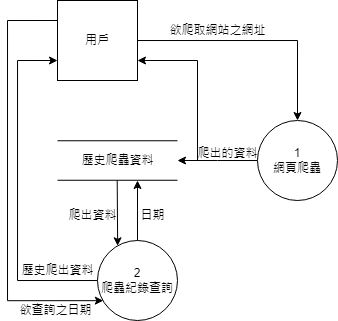
The draw.io diagram 手冊圖片/DFD/Diagram 0.png in chunghaonien/topic_108, before a commit. Source tidied: cells renumbered, new cells last; positions are measured from the earlier drawing's top-left corner, leaving out a move shared by most shapes. Its diagram source:
```xml
<mxGraphModel>
  <root>
    <mxCell id="0" />
    <mxCell id="1" parent="0" />
    <mxCell id="2" style="edgeStyle=orthogonalEdgeStyle;rounded=0;jettySize=auto;html=1;entryX=0.5;entryY=0;entryDx=0;entryDy=0;" parent="1" edge="1" source="6" target="8">
      <mxGeometry relative="1" as="geometry" />
    </mxCell>
    <mxCell id="3" value="欲爬取網站之網址" style="edgeLabel;html=1;align=center;verticalAlign=middle;" parent="2" vertex="1">
      <mxGeometry x="-0.21" y="1" relative="1" as="geometry">
        <mxPoint x="-15" y="-9" as="offset" />
      </mxGeometry>
    </mxCell>
    <mxCell id="4" style="edgeStyle=orthogonalEdgeStyle;rounded=0;jettySize=auto;html=1;exitX=0;exitY=0.25;exitDx=0;exitDy=0;entryX=0.073;entryY=0.752;entryDx=0;entryDy=0;entryPerimeter=0;" parent="1" edge="1" source="6" target="20">
      <mxGeometry relative="1" as="geometry">
        <Array as="points">
          <mxPoint y="20" />
          <mxPoint y="300" />
        </Array>
      </mxGeometry>
    </mxCell>
    <mxCell id="5" value="欲查詢之日期" style="edgeLabel;html=1;align=center;verticalAlign=middle;" parent="4" vertex="1">
      <mxGeometry x="0.7" relative="1" as="geometry">
        <mxPoint x="16" y="10" as="offset" />
      </mxGeometry>
    </mxCell>
    <mxCell id="6" value="用戶" style="whiteSpace=wrap;html=1;" parent="1" vertex="1">
      <mxGeometry x="50" width="80" height="80" as="geometry" />
    </mxCell>
    <mxCell id="7" style="edgeStyle=orthogonalEdgeStyle;rounded=0;jettySize=auto;html=1;" parent="1" edge="1" source="8">
      <mxGeometry relative="1" as="geometry">
        <mxPoint x="170" y="160" as="targetPoint" />
        <Array as="points">
          <mxPoint x="210" y="160" />
          <mxPoint x="210" y="160" />
        </Array>
      </mxGeometry>
    </mxCell>
    <mxCell id="8" value="1&lt;br&gt;網頁爬蟲" style="ellipse;whiteSpace=wrap;html=1;" parent="1" vertex="1">
      <mxGeometry x="250" y="120" width="80" height="80" as="geometry" />
    </mxCell>
    <mxCell id="9" style="group;" parent="1" vertex="1">
      <mxGeometry x="50" y="140.2" width="120" height="39.5" as="geometry" />
    </mxCell>
    <mxCell id="10" style="group;" parent="9" vertex="1">
      <mxGeometry width="120" height="39.5" as="geometry" />
    </mxCell>
    <mxCell id="11" style="endArrow=none;html=1;rounded=0;" parent="10" edge="1">
      <mxGeometry relative="1" as="geometry">
        <mxPoint as="sourcePoint" />
        <mxPoint x="120" as="targetPoint" />
      </mxGeometry>
    </mxCell>
    <mxCell id="12" style="endArrow=none;html=1;rounded=0;" parent="10" edge="1">
      <mxGeometry relative="1" as="geometry">
        <mxPoint y="39.5" as="sourcePoint" />
        <mxPoint x="120" y="39.5" as="targetPoint" />
      </mxGeometry>
    </mxCell>
    <mxCell id="13" value="歷史爬蟲資料" style="text;html=1;align=center;verticalAlign=middle;strokeColor=none;fillColor=none;" parent="10" vertex="1">
      <mxGeometry x="10" y="4.8" width="100" height="30" as="geometry" />
    </mxCell>
    <mxCell id="14" style="endArrow=none;html=1;rounded=0;" parent="1" edge="1">
      <mxGeometry relative="1" as="geometry">
        <mxPoint x="190" y="160" as="sourcePoint" />
        <mxPoint x="190" y="60" as="targetPoint" />
      </mxGeometry>
    </mxCell>
    <mxCell id="15" style="endArrow=classic;html=1;rounded=0;" parent="1" edge="1">
      <mxGeometry relative="1" as="geometry">
        <mxPoint x="190" y="60" as="sourcePoint" />
        <mxPoint x="130" y="60" as="targetPoint" />
      </mxGeometry>
    </mxCell>
    <mxCell id="16" value="爬出的資料" style="text;html=1;align=center;verticalAlign=middle;strokeColor=none;fillColor=none;" parent="1" vertex="1">
      <mxGeometry x="180" y="138" width="80" height="30" as="geometry" />
    </mxCell>
    <mxCell id="17" style="edgeStyle=orthogonalEdgeStyle;rounded=0;jettySize=auto;html=1;entryX=0;entryY=0.75;entryDx=0;entryDy=0;" parent="1" edge="1" source="20" target="6">
      <mxGeometry relative="1" as="geometry">
        <Array as="points">
          <mxPoint x="10" y="280" />
          <mxPoint x="10" y="60" />
        </Array>
      </mxGeometry>
    </mxCell>
    <mxCell id="18" value="歷史爬出資料" style="edgeLabel;html=1;align=center;verticalAlign=middle;" parent="17" vertex="1">
      <mxGeometry x="-0.68" y="-2" relative="1" as="geometry">
        <mxPoint x="15" y="-8" as="offset" />
      </mxGeometry>
    </mxCell>
    <mxCell id="19" style="edgeStyle=orthogonalEdgeStyle;rounded=0;jettySize=auto;html=1;" parent="1" edge="1" source="20">
      <mxGeometry relative="1" as="geometry">
        <mxPoint x="130" y="180" as="targetPoint" />
      </mxGeometry>
    </mxCell>
    <mxCell id="20" value="2&lt;br&gt;爬蟲紀錄查詢" style="ellipse;whiteSpace=wrap;html=1;" parent="1" vertex="1">
      <mxGeometry x="90" y="240" width="80" height="80" as="geometry" />
    </mxCell>
    <mxCell id="21" style="endArrow=classic;html=1;rounded=0;entryX=0.252;entryY=0.066;entryDx=0;entryDy=0;entryPerimeter=0;" parent="1" edge="1" target="20">
      <mxGeometry relative="1" as="geometry">
        <mxPoint x="109.7" y="180" as="sourcePoint" />
      </mxGeometry>
    </mxCell>
    <mxCell id="22" value="日期" style="text;html=1;align=center;verticalAlign=middle;strokeColor=none;fillColor=none;" parent="1" vertex="1">
      <mxGeometry x="120" y="200" width="50" height="30" as="geometry" />
    </mxCell>
    <mxCell id="23" value="爬出資料" style="text;html=1;align=center;verticalAlign=middle;strokeColor=none;fillColor=none;" parent="1" vertex="1">
      <mxGeometry x="50" y="200" width="70" height="30" as="geometry" />
    </mxCell>
  </root>
</mxGraphModel>
```
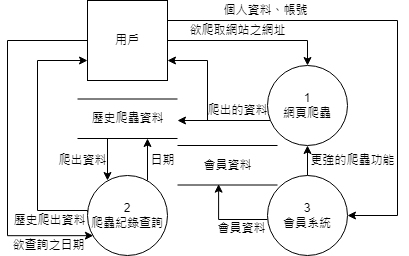
The same diagram one commit later.

Diff of the diagram source:
```diff
@@ -7,104 +7,162 @@
     </mxCell>
     <mxCell id="3" value="欲爬取網站之網址" style="edgeLabel;html=1;align=center;verticalAlign=middle;" parent="2" vertex="1">
       <mxGeometry x="-0.21" y="1" relative="1" as="geometry">
-        <mxPoint x="-15" y="-9" as="offset" />
+        <mxPoint x="5" y="-9" as="offset" />
       </mxGeometry>
     </mxCell>
-    <mxCell id="4" style="edgeStyle=orthogonalEdgeStyle;rounded=0;jettySize=auto;html=1;exitX=0;exitY=0.25;exitDx=0;exitDy=0;entryX=0.073;entryY=0.752;entryDx=0;entryDy=0;entryPerimeter=0;" parent="1" edge="1" source="6" target="20">
+    <mxCell id="4" style="edgeStyle=orthogonalEdgeStyle;rounded=0;jettySize=auto;html=1;entryX=0.073;entryY=0.752;entryDx=0;entryDy=0;entryPerimeter=0;exitX=0;exitY=0.5;exitDx=0;exitDy=0;" parent="1" edge="1" source="6" target="20">
       <mxGeometry relative="1" as="geometry">
         <Array as="points">
-          <mxPoint y="20" />
-          <mxPoint y="300" />
+          <mxPoint x="-30" y="40" />
+          <mxPoint x="-30" y="235" />
         </Array>
       </mxGeometry>
     </mxCell>
     <mxCell id="5" value="欲查詢之日期" style="edgeLabel;html=1;align=center;verticalAlign=middle;" parent="4" vertex="1">
       <mxGeometry x="0.7" relative="1" as="geometry">
-        <mxPoint x="16" y="10" as="offset" />
+        <mxPoint x="9" y="10" as="offset" />
       </mxGeometry>
     </mxCell>
+    <mxCell id="24" style="edgeStyle=orthogonalEdgeStyle;rounded=0;jettySize=auto;html=1;exitX=1;exitY=0.25;exitDx=0;exitDy=0;entryX=1;entryY=0.5;entryDx=0;entryDy=0;" parent="1" edge="1" source="6" target="30">
+      <mxGeometry relative="1" as="geometry">
+        <Array as="points">
+          <mxPoint x="360" y="20" />
+          <mxPoint x="360" y="215" />
+        </Array>
+      </mxGeometry>
+    </mxCell>
+    <mxCell id="25" value="個人資料、帳號" style="edgeLabel;html=1;align=center;verticalAlign=middle;" parent="24" vertex="1">
+      <mxGeometry x="-0.62" y="2" relative="1" as="geometry">
+        <mxPoint x="8" y="-8" as="offset" />
+      </mxGeometry>
+    </mxCell>
     <mxCell id="6" value="用戶" style="whiteSpace=wrap;html=1;" parent="1" vertex="1">
       <mxGeometry x="50" width="80" height="80" as="geometry" />
     </mxCell>
-    <mxCell id="7" style="edgeStyle=orthogonalEdgeStyle;rounded=0;jettySize=auto;html=1;" parent="1" edge="1" source="8">
+    <mxCell id="7" style="edgeStyle=orthogonalEdgeStyle;rounded=0;jettySize=auto;html=1;entryX=1;entryY=0.75;entryDx=0;entryDy=0;" parent="1" edge="1" source="8" target="6">
       <mxGeometry relative="1" as="geometry">
-        <mxPoint x="170" y="160" as="targetPoint" />
         <Array as="points">
-          <mxPoint x="210" y="160" />
-          <mxPoint x="210" y="160" />
+          <mxPoint x="170" y="120" />
+          <mxPoint x="170" y="60" />
         </Array>
       </mxGeometry>
     </mxCell>
+    <mxCell id="16" value="爬出的資料" style="edgeLabel;html=1;align=center;verticalAlign=middle;" parent="7" vertex="1">
+      <mxGeometry x="-0.58" y="-2" relative="1" as="geometry">
+        <mxPoint x="1" y="-8" as="offset" />
+      </mxGeometry>
+    </mxCell>
     <mxCell id="8" value="1&lt;br&gt;網頁爬蟲" style="ellipse;whiteSpace=wrap;html=1;" parent="1" vertex="1">
-      <mxGeometry x="250" y="120" width="80" height="80" as="geometry" />
+      <mxGeometry x="230" y="65" width="80" height="80" as="geometry" />
     </mxCell>
     <mxCell id="9" style="group;" parent="1" vertex="1">
-      <mxGeometry x="50" y="140.2" width="120" height="39.5" as="geometry" />
+      <mxGeometry x="40" y="98.5" width="100" height="39.5" as="geometry" />
     </mxCell>
     <mxCell id="10" style="group;" parent="9" vertex="1">
-      <mxGeometry width="120" height="39.5" as="geometry" />
+      <mxGeometry width="100" height="39.5" as="geometry" />
     </mxCell>
     <mxCell id="11" style="endArrow=none;html=1;rounded=0;" parent="10" edge="1">
       <mxGeometry relative="1" as="geometry">
         <mxPoint as="sourcePoint" />
-        <mxPoint x="120" as="targetPoint" />
+        <mxPoint x="100" as="targetPoint" />
       </mxGeometry>
     </mxCell>
     <mxCell id="12" style="endArrow=none;html=1;rounded=0;" parent="10" edge="1">
       <mxGeometry relative="1" as="geometry">
         <mxPoint y="39.5" as="sourcePoint" />
-        <mxPoint x="120" y="39.5" as="targetPoint" />
+        <mxPoint x="100" y="39.5" as="targetPoint" />
       </mxGeometry>
     </mxCell>
     <mxCell id="13" value="歷史爬蟲資料" style="text;html=1;align=center;verticalAlign=middle;strokeColor=none;fillColor=none;" parent="10" vertex="1">
-      <mxGeometry x="10" y="4.8" width="100" height="30" as="geometry" />
+      <mxGeometry y="4.8" width="100" height="30" as="geometry" />
     </mxCell>
-    <mxCell id="14" style="endArrow=none;html=1;rounded=0;" parent="1" edge="1">
-      <mxGeometry relative="1" as="geometry">
-        <mxPoint x="190" y="160" as="sourcePoint" />
-        <mxPoint x="190" y="60" as="targetPoint" />
-      </mxGeometry>
-    </mxCell>
     <mxCell id="15" style="endArrow=classic;html=1;rounded=0;" parent="1" edge="1">
       <mxGeometry relative="1" as="geometry">
-        <mxPoint x="190" y="60" as="sourcePoint" />
-        <mxPoint x="130" y="60" as="targetPoint" />
+        <mxPoint x="190" y="120" as="sourcePoint" />
+        <mxPoint x="140" y="120" as="targetPoint" />
       </mxGeometry>
     </mxCell>
-    <mxCell id="16" value="爬出的資料" style="text;html=1;align=center;verticalAlign=middle;strokeColor=none;fillColor=none;" parent="1" vertex="1">
-      <mxGeometry x="180" y="138" width="80" height="30" as="geometry" />
-    </mxCell>
-    <mxCell id="17" style="edgeStyle=orthogonalEdgeStyle;rounded=0;jettySize=auto;html=1;entryX=0;entryY=0.75;entryDx=0;entryDy=0;" parent="1" edge="1" source="20" target="6">
+    <mxCell id="17" style="edgeStyle=orthogonalEdgeStyle;rounded=0;orthogonalLoop=1;jettySize=auto;html=1;exitX=0.008;exitY=0.582;exitDx=0;exitDy=0;exitPerimeter=0;" parent="1" edge="1">
       <mxGeometry relative="1" as="geometry">
+        <mxPoint x="50" y="211.6" as="sourcePoint" />
+        <mxPoint x="50" y="60" as="targetPoint" />
         <Array as="points">
-          <mxPoint x="10" y="280" />
-          <mxPoint x="10" y="60" />
+          <mxPoint x="50" y="210" />
+          <mxPoint y="210" />
+          <mxPoint y="60" />
+          <mxPoint x="50" y="60" />
         </Array>
       </mxGeometry>
     </mxCell>
     <mxCell id="18" value="歷史爬出資料" style="edgeLabel;html=1;align=center;verticalAlign=middle;" parent="17" vertex="1">
       <mxGeometry x="-0.68" y="-2" relative="1" as="geometry">
-        <mxPoint x="15" y="-8" as="offset" />
+        <mxPoint x="1" y="12" as="offset" />
       </mxGeometry>
     </mxCell>
-    <mxCell id="19" style="edgeStyle=orthogonalEdgeStyle;rounded=0;jettySize=auto;html=1;" parent="1" edge="1" source="20">
-      <mxGeometry relative="1" as="geometry">
-        <mxPoint x="130" y="180" as="targetPoint" />
-      </mxGeometry>
-    </mxCell>
     <mxCell id="20" value="2&lt;br&gt;爬蟲紀錄查詢" style="ellipse;whiteSpace=wrap;html=1;" parent="1" vertex="1">
-      <mxGeometry x="90" y="240" width="80" height="80" as="geometry" />
+      <mxGeometry x="50" y="175" width="80" height="80" as="geometry" />
     </mxCell>
-    <mxCell id="21" style="endArrow=classic;html=1;rounded=0;entryX=0.252;entryY=0.066;entryDx=0;entryDy=0;entryPerimeter=0;" parent="1" edge="1" target="20">
-      <mxGeometry relative="1" as="geometry">
-        <mxPoint x="109.7" y="180" as="sourcePoint" />
-      </mxGeometry>
-    </mxCell>
     <mxCell id="22" value="日期" style="text;html=1;align=center;verticalAlign=middle;strokeColor=none;fillColor=none;" parent="1" vertex="1">
-      <mxGeometry x="120" y="200" width="50" height="30" as="geometry" />
+      <mxGeometry x="100" y="145" width="50" height="30" as="geometry" />
     </mxCell>
     <mxCell id="23" value="爬出資料" style="text;html=1;align=center;verticalAlign=middle;strokeColor=none;fillColor=none;" parent="1" vertex="1">
-      <mxGeometry x="50" y="200" width="70" height="30" as="geometry" />
+      <mxGeometry x="10" y="145" width="70" height="30" as="geometry" />
     </mxCell>
+    <mxCell id="26" style="endArrow=classic;html=1;rounded=0;" parent="1" edge="1">
+      <mxGeometry relative="1" as="geometry">
+        <mxPoint x="70" y="138" as="sourcePoint" />
+        <mxPoint x="70" y="180" as="targetPoint" />
+      </mxGeometry>
+    </mxCell>
+    <mxCell id="27" style="edgeStyle=orthogonalEdgeStyle;rounded=0;orthogonalLoop=1;jettySize=auto;html=1;exitX=0;exitY=0.5;exitDx=0;exitDy=0;entryX=0.373;entryY=0.997;entryDx=0;entryDy=0;entryPerimeter=0;" parent="1" edge="1">
+      <mxGeometry relative="1" as="geometry">
+        <mxPoint x="230" y="219" as="sourcePoint" />
+        <mxPoint x="181.1" y="183.7" as="targetPoint" />
+        <Array as="points">
+          <mxPoint x="181" y="219" />
+        </Array>
+      </mxGeometry>
+    </mxCell>
+    <mxCell id="28" value="會員資料" style="edgeLabel;html=1;align=center;verticalAlign=middle;" parent="27" vertex="1">
+      <mxGeometry x="-0.31" y="-2" relative="1" as="geometry">
+        <mxPoint x="3" y="11" as="offset" />
+      </mxGeometry>
+    </mxCell>
+    <mxCell id="29" style="edgeStyle=orthogonalEdgeStyle;rounded=0;jettySize=auto;html=1;entryX=0.5;entryY=1;entryDx=0;entryDy=0;" parent="1" edge="1" source="30" target="8">
+      <mxGeometry relative="1" as="geometry" />
+    </mxCell>
+    <mxCell id="30" value="3&lt;br&gt;會員系統" style="ellipse;whiteSpace=wrap;html=1;" parent="1" vertex="1">
+      <mxGeometry x="230" y="175" width="80" height="80" as="geometry" />
+    </mxCell>
+    <mxCell id="31" style="group;" parent="1" vertex="1">
+      <mxGeometry x="140" y="145" width="100" height="39.5" as="geometry" />
+    </mxCell>
+    <mxCell id="32" style="group;" parent="31" vertex="1">
+      <mxGeometry width="100" height="39.5" as="geometry" />
+    </mxCell>
+    <mxCell id="33" style="endArrow=none;html=1;rounded=0;" parent="32" edge="1">
+      <mxGeometry relative="1" as="geometry">
+        <mxPoint as="sourcePoint" />
+        <mxPoint x="100" as="targetPoint" />
+      </mxGeometry>
+    </mxCell>
+    <mxCell id="34" style="endArrow=none;html=1;rounded=0;" parent="32" edge="1">
+      <mxGeometry relative="1" as="geometry">
+        <mxPoint y="39.5" as="sourcePoint" />
+        <mxPoint x="100" y="39.5" as="targetPoint" />
+      </mxGeometry>
+    </mxCell>
+    <mxCell id="35" value="會員資料" style="text;html=1;align=center;verticalAlign=middle;strokeColor=none;fillColor=none;" parent="32" vertex="1">
+      <mxGeometry x="15" y="4.8" width="70" height="30" as="geometry" />
+    </mxCell>
+    <mxCell id="36" style="endArrow=classic;html=1;rounded=0;" parent="1" edge="1">
+      <mxGeometry relative="1" as="geometry">
+        <mxPoint x="110" y="180" as="sourcePoint" />
+        <mxPoint x="110" y="138" as="targetPoint" />
+      </mxGeometry>
+    </mxCell>
+    <mxCell id="37" value="更強的爬蟲功能" style="text;html=1;align=center;verticalAlign=middle;strokeColor=none;fillColor=none;" parent="1" vertex="1">
+      <mxGeometry x="260" y="145" width="110" height="30" as="geometry" />
+    </mxCell>
   </root>
 </mxGraphModel>
```
